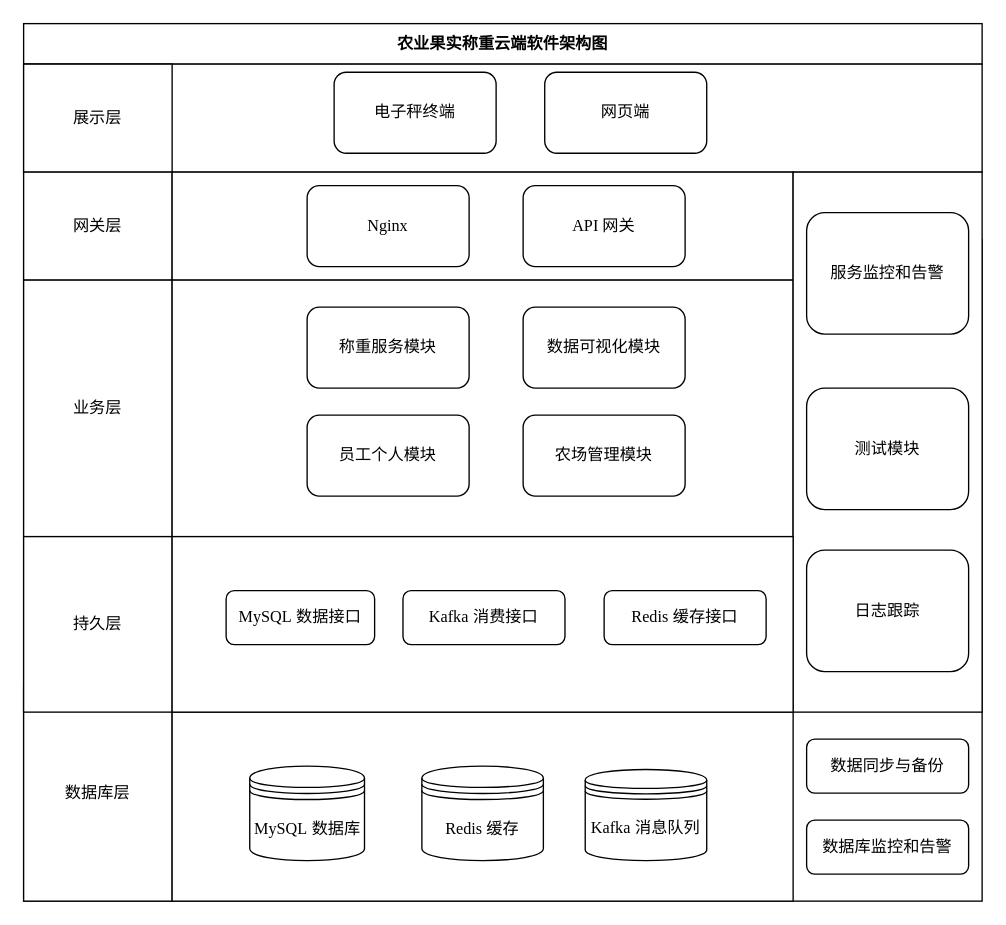
This is design/软件分层架构图.dio from akynazh/aws, a draw.io file, before an edit. Source tidied: cells renumbered, new cells numbered last; positions are measured from the earlier drawing's top-left corner, leaving out a move shared by most shapes. Both pictures are drawn from the tidied source at 135%, with x=0, y=0 at pixel (23, 23).
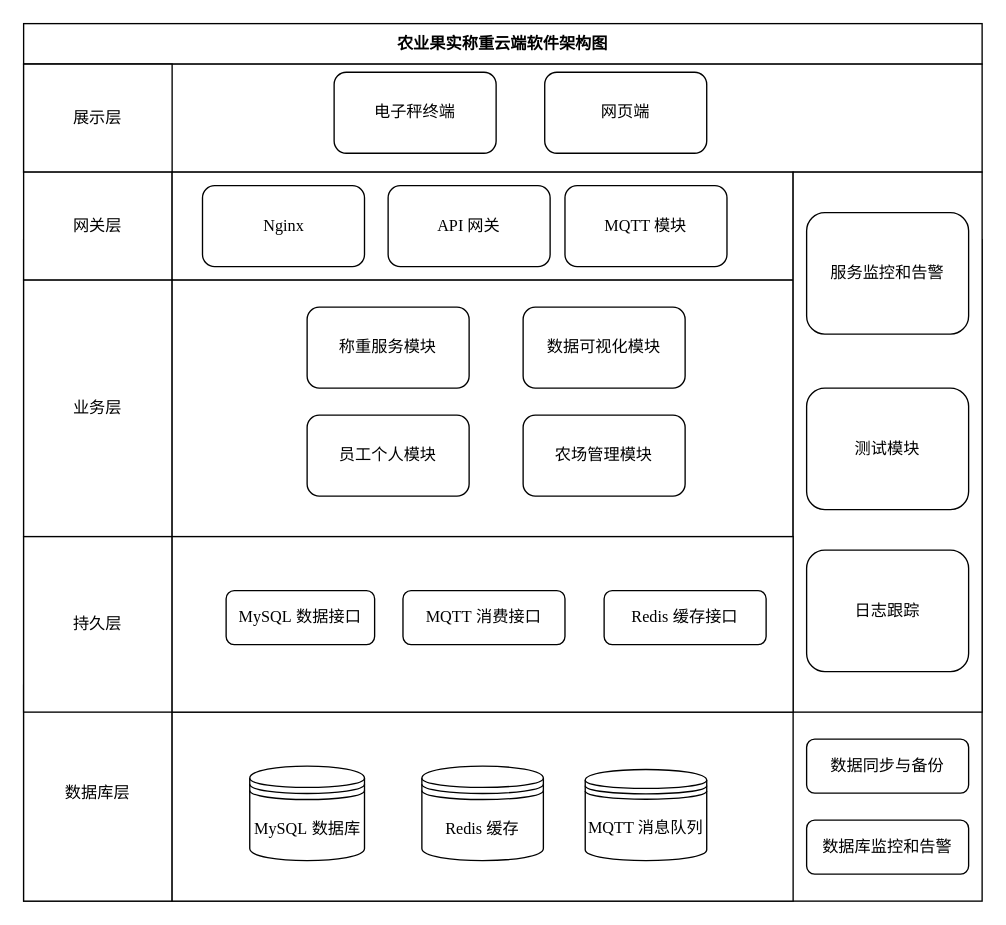
The same diagram, later.

Diff of the diagram source:
```diff
@@
     <mxCell id="10" value="&lt;font face=&quot;Times New Roman&quot;&gt;API 网关&lt;/font&gt;" style="rounded=1;whiteSpace=wrap;html=1;fontFamily=Songti SC;" parent="1" vertex="1">
-      <mxGeometry x="370" y="120" width="120" height="60" as="geometry" />
+      <mxGeometry x="270" y="120" width="120" height="60" as="geometry" />
     </mxCell>
@@
-    <mxCell id="27" value="&lt;font face=&quot;Times New Roman&quot;&gt;Kafka&lt;/font&gt; 消费接口" style="rounded=1;whiteSpace=wrap;html=1;fontFamily=Songti SC;" parent="1" vertex="1">
+    <mxCell id="27" value="&lt;font face=&quot;Times New Roman&quot;&gt;MQTT&lt;/font&gt; 消费接口" style="rounded=1;whiteSpace=wrap;html=1;fontFamily=Songti SC;" parent="1" vertex="1">
       <mxGeometry x="281" y="420" width="120" height="40" as="geometry" />
     </mxCell>
@@
-    <mxCell id="29" value="&lt;font face=&quot;Times New Roman&quot;&gt;Kafka&lt;/font&gt; 消息队列" style="shape=datastore;whiteSpace=wrap;html=1;fontFamily=Songti SC;" parent="1" vertex="1">
+    <mxCell id="29" value="&lt;font face=&quot;Times New Roman&quot;&gt;MQTT&amp;nbsp;&lt;/font&gt;消息队列" style="shape=datastore;whiteSpace=wrap;html=1;fontFamily=Songti SC;" parent="1" vertex="1">
       <mxGeometry x="416" y="552.5" width="90" height="67.5" as="geometry" />
     </mxCell>
     <mxCell id="30" value="&lt;font face=&quot;Times New Roman&quot;&gt;Nginx&lt;/font&gt;" style="rounded=1;whiteSpace=wrap;html=1;fontFamily=Songti SC;" parent="1" vertex="1">
-      <mxGeometry x="210" y="120" width="120" height="60" as="geometry" />
+      <mxGeometry x="132.5" y="120" width="120" height="60" as="geometry" />
     </mxCell>
@@
+    <mxCell id="34" value="&lt;font face=&quot;Times New Roman&quot;&gt;MQTT 模块&lt;/font&gt;" style="rounded=1;whiteSpace=wrap;html=1;fontFamily=Songti SC;" parent="1" vertex="1">
+      <mxGeometry x="401" y="120" width="120" height="60" as="geometry" />
+    </mxCell>
```
